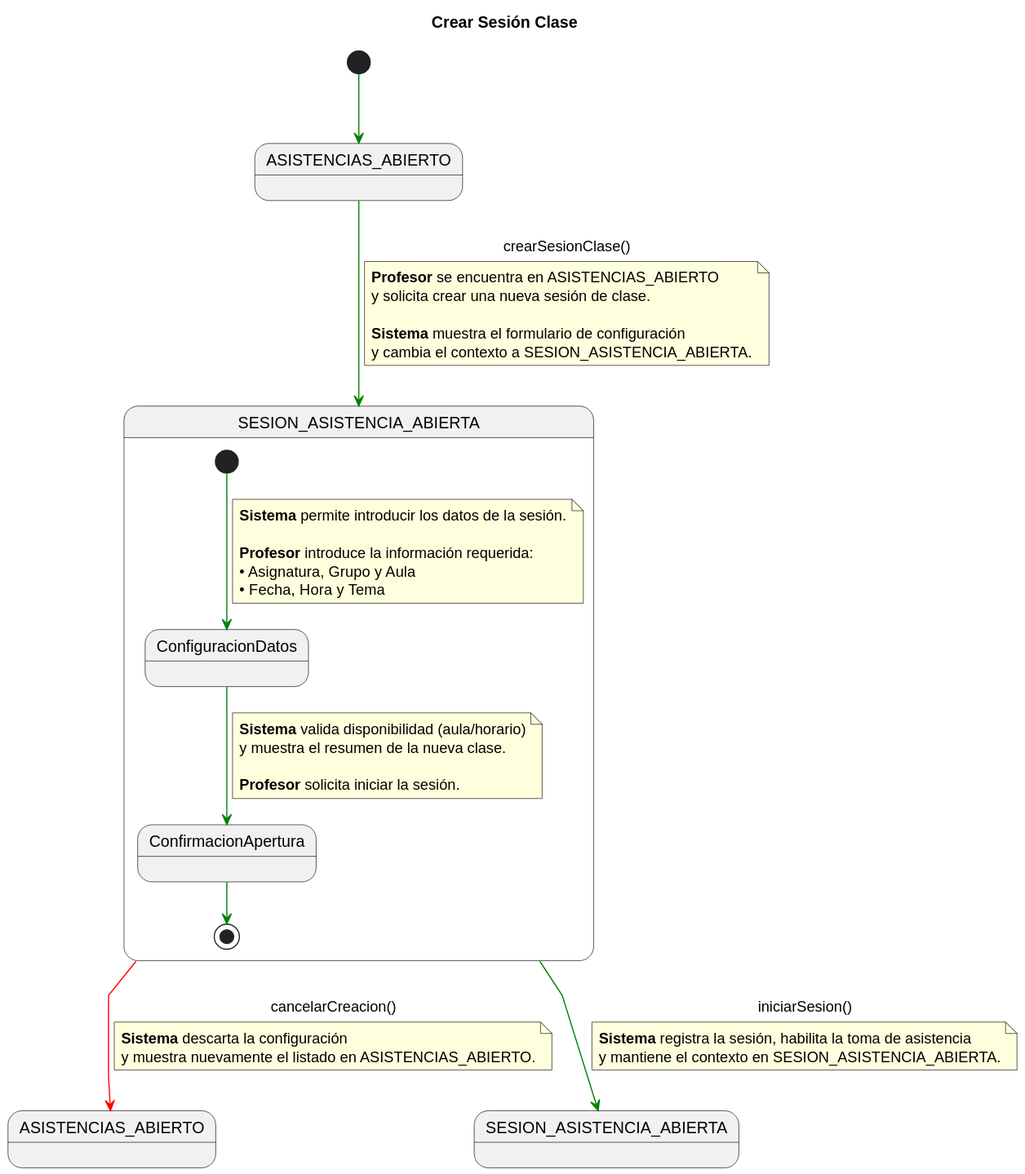
The PlantUML diagram documents/CasosDeUso/DetalladoCasosDeUso/Profesor/crearSesionClase.svg in enmabry/25-26-IdSw1-SdR, before a commit.
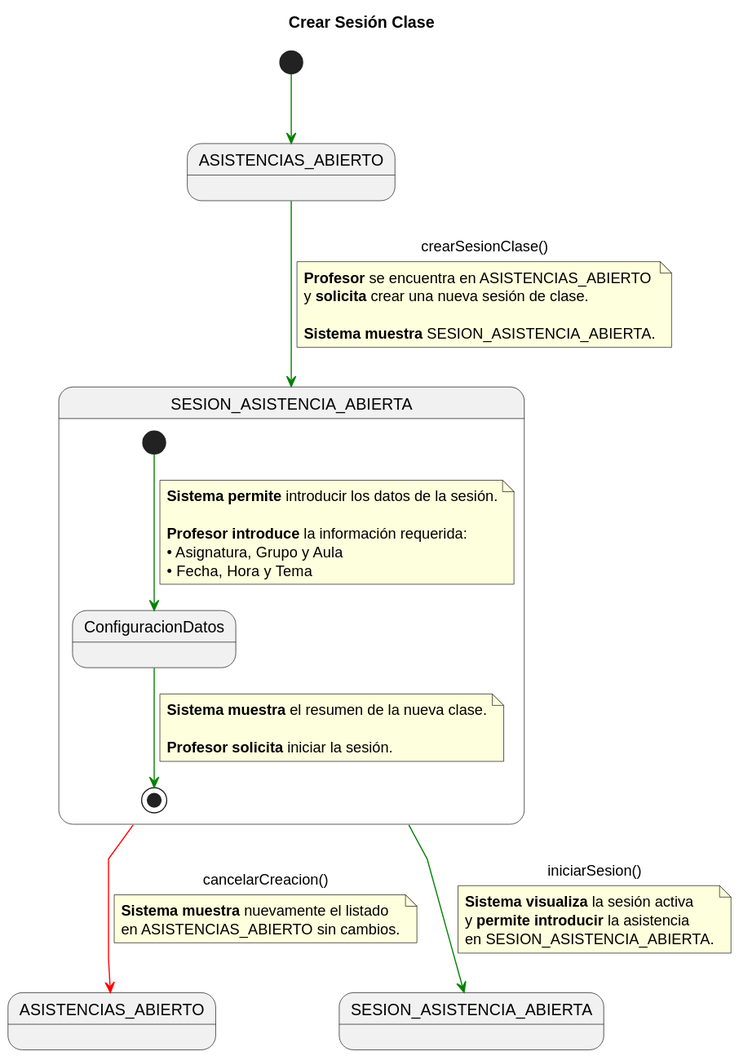
After the commit.

What changed in the source:
```diff
@@ -12,46 +12,42 @@
 ASISTENCIAS_ABIERTO_INICIAL -[#green]-> SESION_NUEVA_COMP : crearSesionClase()
 note on link
 <b>Profesor</b> se encuentra en ASISTENCIAS_ABIERTO
-y solicita crear una nueva sesión de clase.
+y <b>solicita</b> crear una nueva sesión de clase.
 
-<b>Sistema</b> muestra el formulario de configuración
-y cambia el contexto a SESION_ASISTENCIA_ABIERTA.
+<b>Sistema muestra</b> SESION_ASISTENCIA_ABIERTA.
 end note
 
 state SESION_NUEVA_COMP {
 
     state ConfiguracionDatos
-    state ConfirmacionApertura
 
     [*] -[#green]-> ConfiguracionDatos
     note on link
-    <b>Sistema</b> permite introducir los datos de la sesión.
+    <b>Sistema permite</b> introducir los datos de la sesión.
 
-    <b>Profesor</b> introduce la información requerida:
+    <b>Profesor introduce</b> la información requerida:
     • Asignatura, Grupo y Aula
     • Fecha, Hora y Tema
     end note
 
-    ConfiguracionDatos -[#green]-> ConfirmacionApertura
+    ConfiguracionDatos -[#green]-> [*]
     note on link
-    <b>Sistema</b> valida disponibilidad (aula/horario)
-    y muestra el resumen de la nueva clase.
+    <b>Sistema muestra</b> el resumen de la nueva clase.
 
-    <b>Profesor</b> solicita iniciar la sesión.
+    <b>Profesor solicita</b> iniciar la sesión.
     end note
-
-    ConfirmacionApertura -[#green]-> [*]
 }
 
 SESION_NUEVA_COMP -[#green]-> SESION_ACTIVA_FINAL : iniciarSesion()
 note on link
-<b>Sistema</b> registra la sesión, habilita la toma de asistencia
-y mantiene el contexto en SESION_ASISTENCIA_ABIERTA.
+<b>Sistema visualiza</b> la sesión activa
+y <b>permite introducir</b> la asistencia
+en SESION_ASISTENCIA_ABIERTA.
 end note
 
 SESION_NUEVA_COMP -[#red]-> ASISTENCIAS_ABIERTO_FINAL : cancelarCreacion()
 note on link
-<b>Sistema</b> descarta la configuración
-y muestra nuevamente el listado en ASISTENCIAS_ABIERTO.
+<b>Sistema muestra</b> nuevamente el listado
+en ASISTENCIAS_ABIERTO sin cambios.
 end note
 @enduml
```
